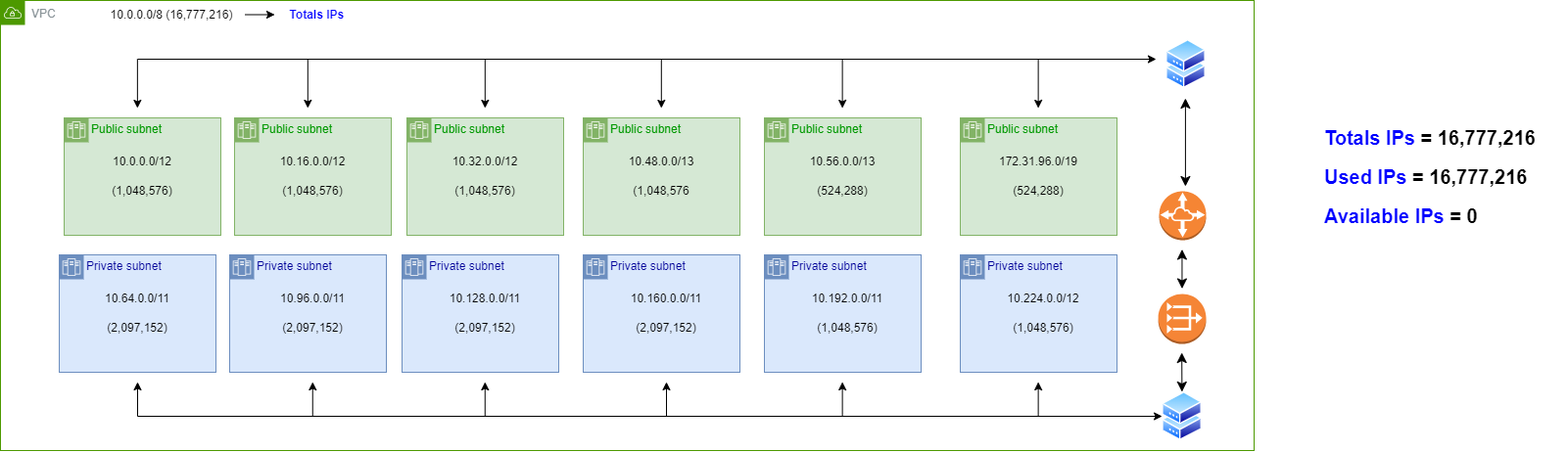
The draw.io diagram lab06-2023-02-17/lab6_1.png in NIRVXSH/kmutnb-cn-sedtanan-28, before a commit. Source tidied: cells renumbered, new cells last; positions are measured from the earlier drawing's top-left corner, leaving out a move shared by most shapes.
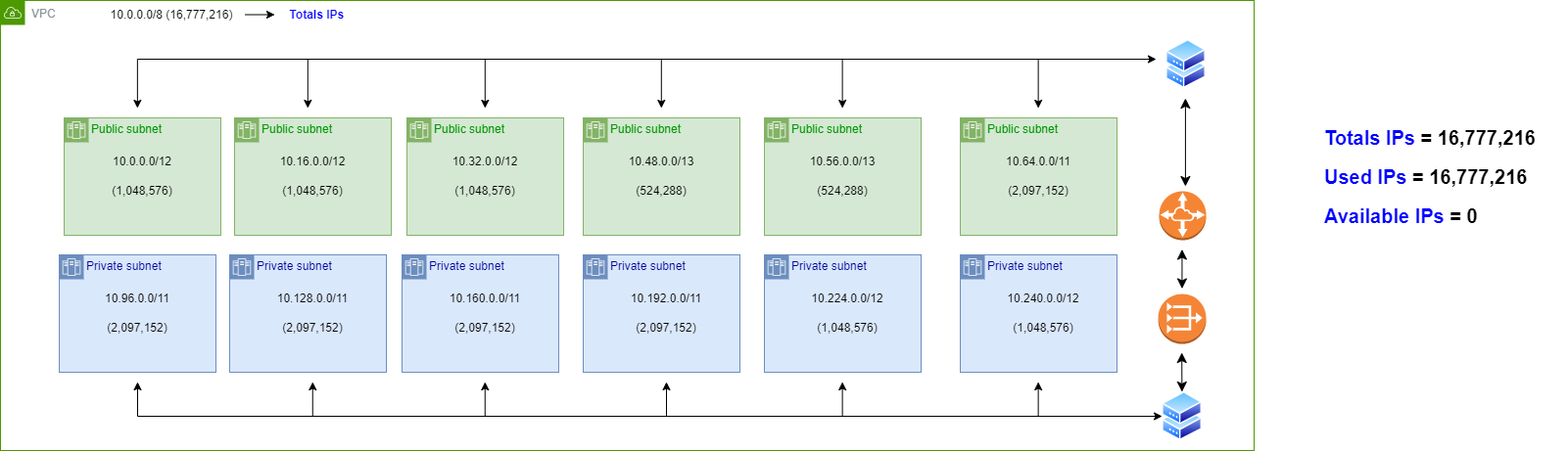
Later version of the same file.

The edit, as a diff of the source:
```diff
@@ -38,7 +38,7 @@
     <mxCell id="12" value="&lt;font color=&quot;#009900&quot;&gt;Public subnet&lt;/font&gt;" style="shape=mxgraph.ibm.box;prType=zone;fontStyle=0;verticalAlign=top;align=left;spacingLeft=32;spacingTop=4;fillColor=#d5e8d4;rounded=0;whiteSpace=wrap;html=1;strokeColor=#82b366;strokeWidth=1;dashed=0;spacing=-4;" parent="1" vertex="1">
       <mxGeometry x="595" y="120" width="160" height="120" as="geometry" />
     </mxCell>
-    <mxCell id="13" value="(1,048,576" style="text;strokeColor=none;align=center;fillColor=none;html=1;verticalAlign=middle;whiteSpace=wrap;rounded=0;fontColor=#000000;" parent="12" vertex="1">
+    <mxCell id="13" value="(524,288)" style="text;strokeColor=none;align=center;fillColor=none;html=1;verticalAlign=middle;whiteSpace=wrap;rounded=0;fontColor=#000000;" parent="12" vertex="1">
       <mxGeometry x="40" y="60" width="80" height="30" as="geometry" />
     </mxCell>
     <mxCell id="14" value="10.48.0.0/13" style="text;strokeColor=none;align=center;fillColor=none;html=1;verticalAlign=middle;whiteSpace=wrap;rounded=0;fontColor=#000000;" parent="12" vertex="1">
@@ -50,7 +50,7 @@
     <mxCell id="16" value="(2,097,152)" style="text;strokeColor=none;align=center;fillColor=none;html=1;verticalAlign=middle;whiteSpace=wrap;rounded=0;fontColor=#000000;" parent="15" vertex="1">
       <mxGeometry x="40" y="60" width="80" height="30" as="geometry" />
     </mxCell>
-    <mxCell id="17" value="10.64.0.0/11" style="text;strokeColor=none;align=center;fillColor=none;html=1;verticalAlign=middle;whiteSpace=wrap;rounded=0;fontColor=#000000;" parent="15" vertex="1">
+    <mxCell id="17" value="10.96.0.0/11" style="text;strokeColor=none;align=center;fillColor=none;html=1;verticalAlign=middle;whiteSpace=wrap;rounded=0;fontColor=#000000;" parent="15" vertex="1">
       <mxGeometry x="50" y="30" width="60" height="30" as="geometry" />
     </mxCell>
     <mxCell id="18" value="Private subnet" style="shape=mxgraph.ibm.box;prType=zone;fontStyle=0;verticalAlign=top;align=left;spacingLeft=32;spacingTop=4;fillColor=#dae8fc;rounded=0;whiteSpace=wrap;html=1;strokeColor=#6c8ebf;strokeWidth=1;dashed=0;spacing=-4;fontColor=#000099;" parent="1" vertex="1">
@@ -59,7 +59,7 @@
     <mxCell id="19" value="(2,097,152)" style="text;strokeColor=none;align=center;fillColor=none;html=1;verticalAlign=middle;whiteSpace=wrap;rounded=0;fontColor=#000000;" parent="18" vertex="1">
       <mxGeometry x="45" y="60" width="80" height="30" as="geometry" />
     </mxCell>
-    <mxCell id="20" value="10.96.0.0/11" style="text;strokeColor=none;align=center;fillColor=none;html=1;verticalAlign=middle;whiteSpace=wrap;rounded=0;fontColor=#000000;" parent="18" vertex="1">
+    <mxCell id="20" value="10.128.0.0/11" style="text;strokeColor=none;align=center;fillColor=none;html=1;verticalAlign=middle;whiteSpace=wrap;rounded=0;fontColor=#000000;" parent="18" vertex="1">
       <mxGeometry x="55" y="30" width="60" height="30" as="geometry" />
     </mxCell>
     <mxCell id="21" value="&lt;font&gt;Private subnet&lt;/font&gt;" style="shape=mxgraph.ibm.box;prType=zone;fontStyle=0;verticalAlign=top;align=left;spacingLeft=32;spacingTop=4;fillColor=#dae8fc;rounded=0;whiteSpace=wrap;html=1;strokeColor=#6c8ebf;strokeWidth=1;dashed=0;spacing=-4;fontColor=#000099;" parent="1" vertex="1">
@@ -68,7 +68,7 @@
     <mxCell id="22" value="(2,097,152)" style="text;strokeColor=none;align=center;fillColor=none;html=1;verticalAlign=middle;whiteSpace=wrap;rounded=0;fontColor=#000000;" parent="21" vertex="1">
       <mxGeometry x="45" y="60" width="80" height="30" as="geometry" />
     </mxCell>
-    <mxCell id="23" value="10.128.0.0/11" style="text;strokeColor=none;align=center;fillColor=none;html=1;verticalAlign=middle;whiteSpace=wrap;rounded=0;fontColor=#000000;" parent="21" vertex="1">
+    <mxCell id="23" value="10.160.0.0/11" style="text;strokeColor=none;align=center;fillColor=none;html=1;verticalAlign=middle;whiteSpace=wrap;rounded=0;fontColor=#000000;" parent="21" vertex="1">
       <mxGeometry x="55" y="30" width="60" height="30" as="geometry" />
     </mxCell>
     <mxCell id="24" style="group;" parent="1" vertex="1">
@@ -89,7 +89,7 @@
     <mxCell id="29" value="Private subnet" style="shape=mxgraph.ibm.box;prType=zone;fontStyle=0;verticalAlign=top;align=left;spacingLeft=32;spacingTop=4;fillColor=#dae8fc;rounded=0;whiteSpace=wrap;html=1;strokeColor=#6c8ebf;strokeWidth=1;dashed=0;spacing=-4;fontColor=#000099;" parent="28" vertex="1">
       <mxGeometry width="160" height="120" as="geometry" />
     </mxCell>
-    <mxCell id="30" value="10.160.0.0/11" style="text;strokeColor=none;align=center;fillColor=none;html=1;verticalAlign=middle;whiteSpace=wrap;rounded=0;fontColor=#000000;" parent="29" vertex="1">
+    <mxCell id="30" value="10.192.0.0/11" style="text;strokeColor=none;align=center;fillColor=none;html=1;verticalAlign=middle;whiteSpace=wrap;rounded=0;fontColor=#000000;" parent="29" vertex="1">
       <mxGeometry x="55" y="30" width="60" height="30" as="geometry" />
     </mxCell>
     <mxCell id="31" value="(2,097,152)" style="text;strokeColor=none;align=center;fillColor=none;html=1;verticalAlign=middle;whiteSpace=wrap;rounded=0;fontColor=#000000;" parent="28" vertex="1">
@@ -202,7 +202,7 @@
     <mxCell id="55" value="Private subnet" style="shape=mxgraph.ibm.box;prType=zone;fontStyle=0;verticalAlign=top;align=left;spacingLeft=32;spacingTop=4;fillColor=#dae8fc;rounded=0;whiteSpace=wrap;html=1;strokeColor=#6c8ebf;strokeWidth=1;dashed=0;spacing=-4;fontColor=#000099;" parent="54" vertex="1">
       <mxGeometry width="160" height="120" as="geometry" />
     </mxCell>
-    <mxCell id="56" value="10.192.0.0/11" style="text;strokeColor=none;align=center;fillColor=none;html=1;verticalAlign=middle;whiteSpace=wrap;rounded=0;fontColor=#000000;" parent="55" vertex="1">
+    <mxCell id="56" value="10.224.0.0/12" style="text;strokeColor=none;align=center;fillColor=none;html=1;verticalAlign=middle;whiteSpace=wrap;rounded=0;fontColor=#000000;" parent="55" vertex="1">
       <mxGeometry x="55" y="30" width="60" height="30" as="geometry" />
     </mxCell>
     <mxCell id="57" value="(1,048,576)" style="text;strokeColor=none;align=center;fillColor=none;html=1;verticalAlign=middle;whiteSpace=wrap;rounded=0;fontColor=#000000;" parent="54" vertex="1">
@@ -229,10 +229,10 @@
     <mxCell id="61" value="&lt;font color=&quot;#009900&quot;&gt;Public subnet&lt;/font&gt;" style="shape=mxgraph.ibm.box;prType=zone;fontStyle=0;verticalAlign=top;align=left;spacingLeft=32;spacingTop=4;fillColor=#d5e8d4;rounded=0;whiteSpace=wrap;html=1;strokeColor=#82b366;strokeWidth=1;dashed=0;spacing=-4;" parent="1" vertex="1">
       <mxGeometry x="980" y="120" width="160" height="120" as="geometry" />
     </mxCell>
-    <mxCell id="62" value="(524,288)" style="text;strokeColor=none;align=center;fillColor=none;html=1;verticalAlign=middle;whiteSpace=wrap;rounded=0;fontColor=#000000;" parent="61" vertex="1">
+    <mxCell id="62" value="(2,097,152)" style="text;strokeColor=none;align=center;fillColor=none;html=1;verticalAlign=middle;whiteSpace=wrap;rounded=0;fontColor=#000000;" parent="61" vertex="1">
       <mxGeometry x="40" y="60" width="80" height="30" as="geometry" />
     </mxCell>
-    <mxCell id="63" value="172.31.96.0/19" style="text;strokeColor=none;align=center;fillColor=none;html=1;verticalAlign=middle;whiteSpace=wrap;rounded=0;fontColor=#000000;" parent="61" vertex="1">
+    <mxCell id="63" value="10.64.0.0/11" style="text;strokeColor=none;align=center;fillColor=none;html=1;verticalAlign=middle;whiteSpace=wrap;rounded=0;fontColor=#000000;" parent="61" vertex="1">
       <mxGeometry x="50" y="30" width="60" height="30" as="geometry" />
     </mxCell>
     <mxCell id="64" style="group;" parent="1" vertex="1">
@@ -241,7 +241,7 @@
     <mxCell id="65" value="Private subnet" style="shape=mxgraph.ibm.box;prType=zone;fontStyle=0;verticalAlign=top;align=left;spacingLeft=32;spacingTop=4;fillColor=#dae8fc;rounded=0;whiteSpace=wrap;html=1;strokeColor=#6c8ebf;strokeWidth=1;dashed=0;spacing=-4;fontColor=#000099;" parent="64" vertex="1">
       <mxGeometry width="160" height="120" as="geometry" />
     </mxCell>
-    <mxCell id="66" value="10.224.0.0/12" style="text;strokeColor=none;align=center;fillColor=none;html=1;verticalAlign=middle;whiteSpace=wrap;rounded=0;fontColor=#000000;" parent="65" vertex="1">
+    <mxCell id="66" value="10.240.0.0/12" style="text;strokeColor=none;align=center;fillColor=none;html=1;verticalAlign=middle;whiteSpace=wrap;rounded=0;fontColor=#000000;" parent="65" vertex="1">
       <mxGeometry x="55" y="30" width="60" height="30" as="geometry" />
     </mxCell>
     <mxCell id="67" value="(1,048,576)" style="text;strokeColor=none;align=center;fillColor=none;html=1;verticalAlign=middle;whiteSpace=wrap;rounded=0;fontColor=#000000;" parent="64" vertex="1">
```
